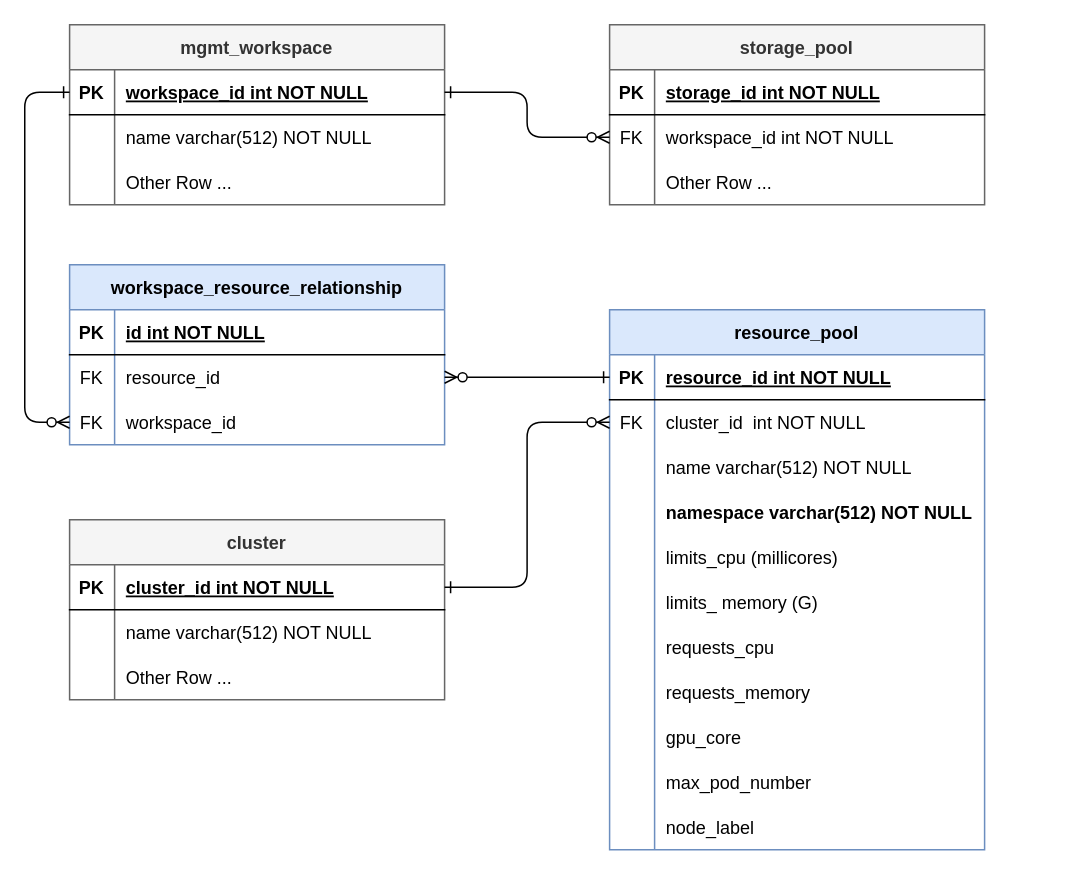
This is page "Page-1" (1 of 3) of Resource_Pool2.drawio from LiuJin1203/graph, a draw.io file, before an edit. Source tidied: cells renumbered, new cells numbered last; positions are measured from the earlier drawing's top-left corner, leaving out a move shared by most shapes. Both pictures are drawn from the tidied source at 150%, with x=0, y=0 at pixel (24, 24).
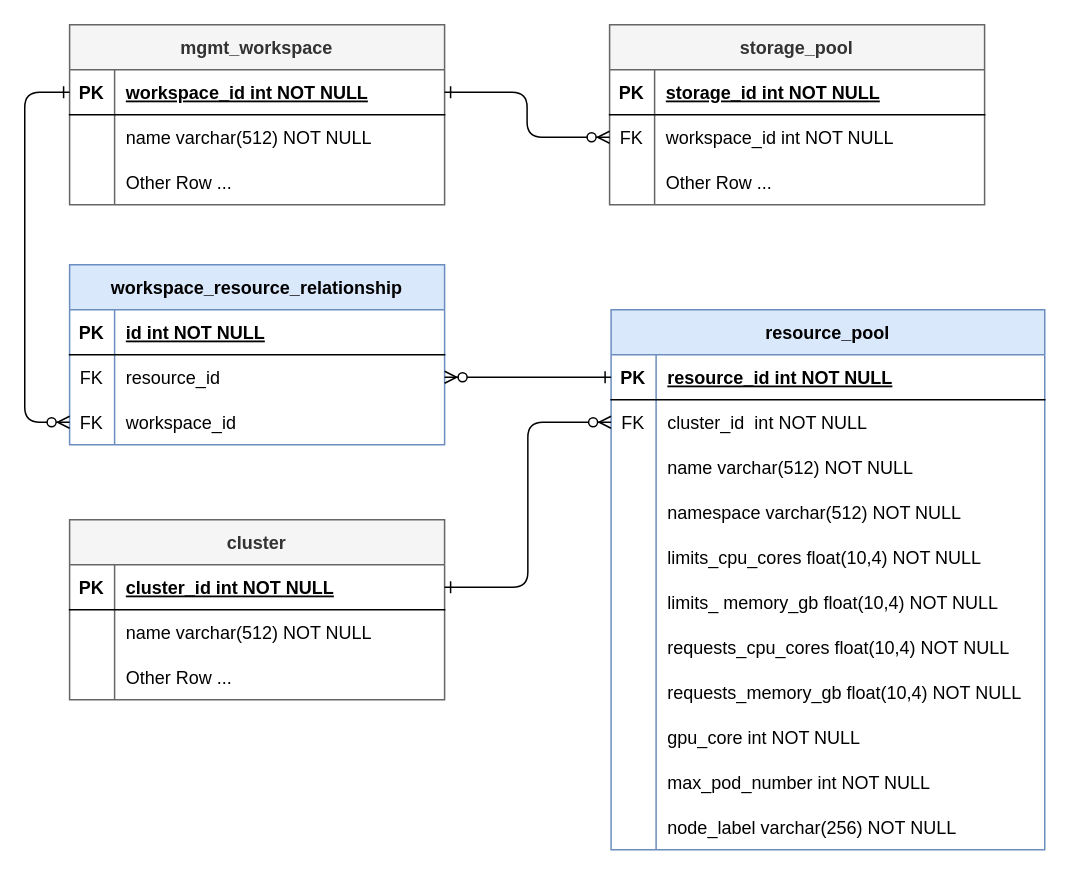
The same page after the edit.

What changed in the source:
```diff
@@
     <mxCell id="2" value="resource_pool" style="shape=table;startSize=30;childLayout=tableLayout;rowLines=0;fontStyle=1;align=center;fillColor=#dae8fc;strokeColor=#6c8ebf;" parent="1" vertex="1">
-      <mxGeometry x="389.9" y="190" width="250" height="360" as="geometry" />
+      <mxGeometry x="390.9" y="190" width="289.1" height="360" as="geometry" />
     </mxCell>
     <mxCell id="3" style="shape=partialRectangle;fillColor=none;points=[[0,0.5],[1,0.5]];portConstraint=eastwest;top=0;left=0;right=0;bottom=1;" parent="2" vertex="1">
-      <mxGeometry y="30" width="250" height="30" as="geometry" />
+      <mxGeometry y="30" width="289.1" height="30" as="geometry" />
     </mxCell>
@@
     <mxCell id="5" value="resource_id int NOT NULL " style="shape=partialRectangle;overflow=hidden;fillColor=none;top=0;left=0;bottom=0;right=0;align=left;spacingLeft=6;fontStyle=5;" parent="3" vertex="1">
-      <mxGeometry x="30" width="220" height="30" as="geometry" />
+      <mxGeometry x="30" width="259.1" height="30" as="geometry" />
     </mxCell>
     <mxCell id="6" style="shape=tableRow;horizontal=0;startSize=0;swimlaneHead=0;swimlaneBody=0;fillColor=none;points=[[0,0.5],[1,0.5]];portConstraint=eastwest;top=0;left=0;right=0;bottom=0;" parent="2" vertex="1">
-      <mxGeometry y="60" width="250" height="30" as="geometry" />
+      <mxGeometry y="60" width="289.1" height="30" as="geometry" />
     </mxCell>
@@
     <mxCell id="8" value="cluster_id  int NOT NULL" style="shape=partialRectangle;fillColor=none;top=0;left=0;bottom=0;right=0;align=left;spacingLeft=6;fontStyle=0;overflow=hidden;" parent="6" vertex="1">
-      <mxGeometry x="30" width="220" height="30" as="geometry" />
+      <mxGeometry x="30" width="259.1" height="30" as="geometry" />
     </mxCell>
     <mxCell id="9" style="shape=partialRectangle;fillColor=none;top=0;left=0;right=0;bottom=0;" parent="2" vertex="1">
-      <mxGeometry y="90" width="250" height="30" as="geometry" />
+      <mxGeometry y="90" width="289.1" height="30" as="geometry" />
     </mxCell>
@@
     <mxCell id="11" value="name varchar(512) NOT NULL" style="shape=partialRectangle;overflow=hidden;fillColor=none;top=0;left=0;bottom=0;right=0;align=left;spacingLeft=6;" parent="9" vertex="1">
-      <mxGeometry x="30" width="220" height="30" as="geometry" />
+      <mxGeometry x="30" width="259.1" height="30" as="geometry" />
     </mxCell>
     <mxCell id="12" style="shape=tableRow;horizontal=0;startSize=0;swimlaneHead=0;swimlaneBody=0;fillColor=none;top=0;left=0;right=0;bottom=0;" parent="2" vertex="1">
-      <mxGeometry y="120" width="250" height="30" as="geometry" />
+      <mxGeometry y="120" width="289.1" height="30" as="geometry" />
     </mxCell>
@@
-    <mxCell id="14" value="namespace varchar(512) NOT NULL" style="shape=partialRectangle;fillColor=none;top=0;left=0;bottom=0;right=0;align=left;spacingLeft=6;overflow=hidden;fontStyle=1;" parent="12" vertex="1">
-      <mxGeometry x="30" width="220" height="30" as="geometry" />
+    <mxCell id="14" value="namespace varchar(512) NOT NULL" style="shape=partialRectangle;fillColor=none;top=0;left=0;bottom=0;right=0;align=left;spacingLeft=6;overflow=hidden;fontStyle=0;" parent="12" vertex="1">
+      <mxGeometry x="30" width="259.1" height="30" as="geometry" />
     </mxCell>
     <mxCell id="15" style="shape=tableRow;horizontal=0;startSize=0;swimlaneHead=0;swimlaneBody=0;fillColor=none;top=0;left=0;right=0;bottom=0;" parent="2" vertex="1">
-      <mxGeometry y="150" width="250" height="30" as="geometry" />
+      <mxGeometry y="150" width="289.1" height="30" as="geometry" />
     </mxCell>
@@
-    <mxCell id="17" value="limits_cpu (millicores)" style="shape=partialRectangle;fillColor=none;top=0;left=0;bottom=0;right=0;align=left;spacingLeft=6;overflow=hidden;" parent="15" vertex="1">
-      <mxGeometry x="30" width="220" height="30" as="geometry" />
+    <mxCell id="17" value="limits_cpu_cores float(10,4) NOT NULL" style="shape=partialRectangle;fillColor=none;top=0;left=0;bottom=0;right=0;align=left;spacingLeft=6;overflow=hidden;" parent="15" vertex="1">
+      <mxGeometry x="30" width="259.1" height="30" as="geometry" />
     </mxCell>
     <mxCell id="18" style="shape=tableRow;horizontal=0;startSize=0;swimlaneHead=0;swimlaneBody=0;fillColor=none;top=0;left=0;right=0;bottom=0;" parent="2" vertex="1">
-      <mxGeometry y="180" width="250" height="30" as="geometry" />
+      <mxGeometry y="180" width="289.1" height="30" as="geometry" />
     </mxCell>
@@
-    <mxCell id="20" value="limits_ memory (G)" style="shape=partialRectangle;fillColor=none;top=0;left=0;bottom=0;right=0;align=left;spacingLeft=6;overflow=hidden;" parent="18" vertex="1">
-      <mxGeometry x="30" width="220" height="30" as="geometry" />
+    <mxCell id="20" value="limits_ memory_gb float(10,4) NOT NULL" style="shape=partialRectangle;fillColor=none;top=0;left=0;bottom=0;right=0;align=left;spacingLeft=6;overflow=hidden;" parent="18" vertex="1">
+      <mxGeometry x="30" width="259.1" height="30" as="geometry" />
     </mxCell>
     <mxCell id="21" style="shape=tableRow;horizontal=0;startSize=0;swimlaneHead=0;swimlaneBody=0;fillColor=none;top=0;left=0;right=0;bottom=0;" parent="2" vertex="1">
-      <mxGeometry y="210" width="250" height="30" as="geometry" />
+      <mxGeometry y="210" width="289.1" height="30" as="geometry" />
     </mxCell>
@@
-    <mxCell id="23" value="requests_cpu" style="shape=partialRectangle;fillColor=none;top=0;left=0;bottom=0;right=0;align=left;spacingLeft=6;overflow=hidden;" parent="21" vertex="1">
-      <mxGeometry x="30" width="220" height="30" as="geometry" />
+    <mxCell id="23" value="requests_cpu_cores float(10,4) NOT NULL" style="shape=partialRectangle;fillColor=none;top=0;left=0;bottom=0;right=0;align=left;spacingLeft=6;overflow=hidden;" parent="21" vertex="1">
+      <mxGeometry x="30" width="259.1" height="30" as="geometry" />
     </mxCell>
     <mxCell id="24" style="shape=tableRow;horizontal=0;startSize=0;swimlaneHead=0;swimlaneBody=0;fillColor=none;top=0;left=0;right=0;bottom=0;" parent="2" vertex="1">
-      <mxGeometry y="240" width="250" height="30" as="geometry" />
+      <mxGeometry y="240" width="289.1" height="30" as="geometry" />
     </mxCell>
@@
-    <mxCell id="26" value="requests_memory" style="shape=partialRectangle;fillColor=none;top=0;left=0;bottom=0;right=0;align=left;spacingLeft=6;overflow=hidden;" parent="24" vertex="1">
-      <mxGeometry x="30" width="220" height="30" as="geometry" />
+    <mxCell id="26" value="requests_memory_gb float(10,4) NOT NULL" style="shape=partialRectangle;fillColor=none;top=0;left=0;bottom=0;right=0;align=left;spacingLeft=6;overflow=hidden;" parent="24" vertex="1">
+      <mxGeometry x="30" width="259.1" height="30" as="geometry" />
     </mxCell>
     <mxCell id="27" style="shape=tableRow;horizontal=0;startSize=0;swimlaneHead=0;swimlaneBody=0;fillColor=none;top=0;left=0;right=0;bottom=0;" parent="2" vertex="1">
-      <mxGeometry y="270" width="250" height="30" as="geometry" />
+      <mxGeometry y="270" width="289.1" height="30" as="geometry" />
     </mxCell>
@@
-    <mxCell id="29" value="gpu_core" style="shape=partialRectangle;fillColor=none;top=0;left=0;bottom=0;right=0;align=left;spacingLeft=6;overflow=hidden;" parent="27" vertex="1">
-      <mxGeometry x="30" width="220" height="30" as="geometry" />
+    <mxCell id="29" value="gpu_core int NOT NULL" style="shape=partialRectangle;fillColor=none;top=0;left=0;bottom=0;right=0;align=left;spacingLeft=6;overflow=hidden;" parent="27" vertex="1">
+      <mxGeometry x="30" width="259.1" height="30" as="geometry" />
     </mxCell>
     <mxCell id="30" style="shape=tableRow;horizontal=0;startSize=0;swimlaneHead=0;swimlaneBody=0;fillColor=none;top=0;left=0;right=0;bottom=0;fontSize=12;strokeWidth=1;" parent="2" vertex="1">
-      <mxGeometry y="300" width="250" height="30" as="geometry" />
+      <mxGeometry y="300" width="289.1" height="30" as="geometry" />
     </mxCell>
@@
-    <mxCell id="32" value="max_pod_number" style="shape=partialRectangle;fillColor=none;top=0;left=0;bottom=0;right=0;align=left;spacingLeft=6;overflow=hidden;fontSize=12;strokeWidth=1;" parent="30" vertex="1">
-      <mxGeometry x="30" width="220" height="30" as="geometry" />
+    <mxCell id="32" value="max_pod_number int NOT NULL" style="shape=partialRectangle;fillColor=none;top=0;left=0;bottom=0;right=0;align=left;spacingLeft=6;overflow=hidden;fontSize=12;strokeWidth=1;" parent="30" vertex="1">
+      <mxGeometry x="30" width="259.1" height="30" as="geometry" />
     </mxCell>
     <mxCell id="33" style="shape=tableRow;horizontal=0;startSize=0;swimlaneHead=0;swimlaneBody=0;fillColor=none;top=0;left=0;right=0;bottom=0;fontSize=12;strokeWidth=1;" parent="2" vertex="1">
-      <mxGeometry y="330" width="250" height="30" as="geometry" />
+      <mxGeometry y="330" width="289.1" height="30" as="geometry" />
     </mxCell>
@@
-    <mxCell id="35" value="node_label" style="shape=partialRectangle;fillColor=none;top=0;left=0;bottom=0;right=0;align=left;spacingLeft=6;overflow=hidden;fontSize=12;strokeWidth=1;" parent="33" vertex="1">
-      <mxGeometry x="30" width="220" height="30" as="geometry" />
+    <mxCell id="35" value="node_label varchar(256) NOT NULL" style="shape=partialRectangle;fillColor=none;top=0;left=0;bottom=0;right=0;align=left;spacingLeft=6;overflow=hidden;fontSize=12;strokeWidth=1;" parent="33" vertex="1">
+      <mxGeometry x="30" width="259.1" height="30" as="geometry" />
     </mxCell>
```
